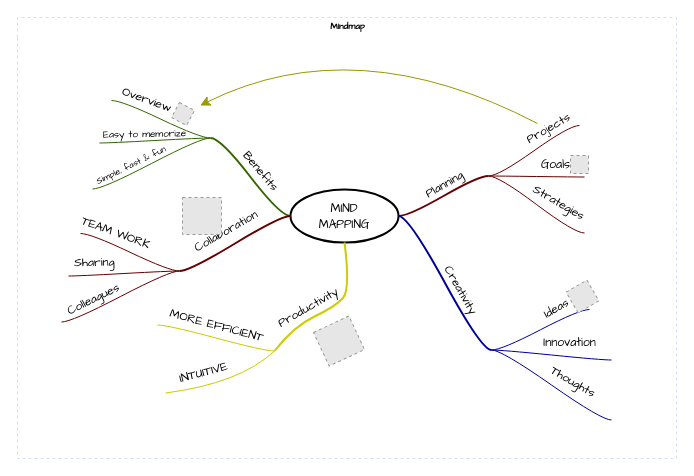
The draw.io diagram 产品模块版本功能.drawio in goylsf/image, before the edit. Source tidied: cells renumbered, new cells numbered last; positions are measured from the earlier drawing's top-left corner, leaving out a move shared by most shapes. Both pictures are drawn from the tidied source at 100%, with x=0, y=0 at pixel (17, 17). Pictures stored in the file or linked from it are replaced by grey dashed boxes.
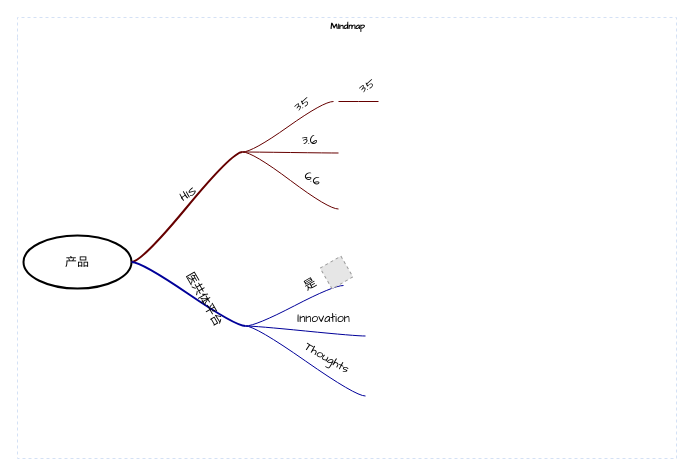
The same diagram, later.

Commit message:
更新产品模块版本功能.drawio

The change refers to these unchanged cells:
```xml
<mxCell id="2" value="Mindmap" style="swimlane;html=1;startSize=20;horizontal=1;containerType=tree;labelBackgroundColor=none;strokeColor=#D4E1F5;strokeWidth=1;fillColor=none;fontFamily=Comic Sans MS;fontSize=9;swimlaneLine=0;dashed=1;" parent="1" vertex="1">
  <mxGeometry width="659" height="441" as="geometry" />
</mxCell>
<mxCell id="5" style="edgeStyle=entityRelationEdgeStyle;startArrow=none;endArrow=none;segment=10;curved=1;strokeWidth=2;strokeColor=#660000;rounded=0;fontSize=12;startSize=8;endSize=8;" parent="2" edge="1" source="3" target="4">
  <mxGeometry relative="1" as="geometry" />
</mxCell>
<mxCell id="11" style="edgeStyle=entityRelationEdgeStyle;startArrow=none;endArrow=none;segment=10;curved=1;strokeColor=#660000;rounded=0;fontSize=12;startSize=8;endSize=8;" parent="2" edge="1" source="4" target="10">
  <mxGeometry relative="1" as="geometry" />
</mxCell>
<mxCell id="14" style="edgeStyle=entityRelationEdgeStyle;startArrow=none;endArrow=none;segment=10;curved=1;strokeColor=#660000;rounded=0;fontSize=12;startSize=8;endSize=8;" parent="2" edge="1" source="4" target="13">
  <mxGeometry relative="1" as="geometry" />
</mxCell>
<mxCell id="17" style="edgeStyle=entityRelationEdgeStyle;startArrow=none;endArrow=none;segment=10;curved=1;strokeWidth=2;strokeColor=#000099;rounded=0;fontSize=12;startSize=8;endSize=8;" parent="2" edge="1" source="3" target="16">
  <mxGeometry relative="1" as="geometry" />
</mxCell>
<mxCell id="20" style="edgeStyle=entityRelationEdgeStyle;startArrow=none;endArrow=none;segment=10;curved=1;strokeColor=#000099;rounded=0;fontSize=12;startSize=8;endSize=8;" parent="2" edge="1" source="16" target="19">
  <mxGeometry relative="1" as="geometry" />
</mxCell>
```

The edit, as a diff of the source:
```diff
@@
-    <mxCell id="3" value="&lt;font face=&quot;Comic Sans MS&quot;&gt;MIND&lt;br&gt;MAPPING&lt;/font&gt;" style="ellipse;whiteSpace=wrap;html=1;align=center;strokeWidth=2;" parent="2" vertex="1">
-      <mxGeometry x="273" y="172" width="108" height="53" as="geometry" />
+    <mxCell id="3" value="&lt;font face=&quot;Comic Sans MS&quot;&gt;产品&lt;/font&gt;" style="ellipse;whiteSpace=wrap;html=1;align=center;strokeWidth=2;" parent="2" vertex="1">
+      <mxGeometry x="6" y="218" width="108" height="53" as="geometry" />
     </mxCell>
     <mxCell id="4" style="whiteSpace=wrap;html=1;rounded=1;arcSize=50;align=center;verticalAlign=middle;strokeWidth=1;spacing=4;" parent="2" vertex="1">
-      <mxGeometry x="471" y="158" height="1" as="geometry" />
+      <mxGeometry x="225" y="134" height="1" as="geometry" />
     </mxCell>
@@
-    <mxCell id="6" value="Planning" style="text;html=1;align=center;verticalAlign=middle;labelBackgroundColor=none;rotation=-30;fontFamily=Comic Sans MS;" parent="5" vertex="1">
+    <mxCell id="6" value="HIS" style="text;html=1;align=center;verticalAlign=middle;labelBackgroundColor=none;rotation=-30;fontFamily=Comic Sans MS;" parent="5" vertex="1">
       <mxGeometry x="0.02" y="2" relative="1" as="geometry">
         <mxPoint x="1" y="-9" as="offset" />
       </mxGeometry>
     </mxCell>
-    <mxCell id="7" style="whiteSpace=wrap;html=1;rounded=1;arcSize=50;align=center;verticalAlign=middle;strokeWidth=1;spacing=4;" parent="2" vertex="1" collapsed="1">
-      <mxGeometry x="562" y="108" width="5" as="geometry" />
-    </mxCell>
-    <mxCell id="8" style="edgeStyle=entityRelationEdgeStyle;startArrow=none;endArrow=none;segment=10;curved=1;strokeColor=#660000;rounded=0;fontSize=12;startSize=8;endSize=8;" parent="2" edge="1" source="4" target="7">
+    <mxCell id="8" style="edgeStyle=entityRelationEdgeStyle;startArrow=none;endArrow=none;segment=10;curved=1;strokeColor=#660000;rounded=0;fontSize=12;startSize=8;endSize=8;" parent="2" edge="1" source="4" target="72">
       <mxGeometry relative="1" as="geometry" />
     </mxCell>
-    <mxCell id="9" value="Projects" style="text;html=1;points=[];align=center;verticalAlign=middle;labelBackgroundColor=none;fontFamily=Comic Sans MS;rotation=-30;" parent="8" vertex="1">
+    <mxCell id="9" value="3.5" style="text;html=1;points=[];align=center;verticalAlign=middle;labelBackgroundColor=none;fontFamily=Comic Sans MS;rotation=-30;" parent="8" vertex="1">
       <mxGeometry x="0.26" relative="1" as="geometry">
         <mxPoint x="3" y="-14" as="offset" />
       </mxGeometry>
     </mxCell>
     <mxCell id="10" style="whiteSpace=wrap;html=1;rounded=1;arcSize=50;align=center;verticalAlign=middle;strokeWidth=1;spacing=4;" parent="2" vertex="1">
-      <mxGeometry x="567" y="159" height="1" as="geometry" />
+      <mxGeometry x="321" y="135" height="1" as="geometry" />
     </mxCell>
@@
-    <mxCell id="12" value="Goals" style="text;html=1;align=center;verticalAlign=middle;labelBackgroundColor=none;fontFamily=Comic Sans MS;rotation=0;" parent="11" vertex="1">
+    <mxCell id="12" value="3.6" style="text;html=1;align=center;verticalAlign=middle;labelBackgroundColor=none;fontFamily=Comic Sans MS;rotation=0;" parent="11" vertex="1">
       <mxGeometry x="-0.11" y="-1" relative="1" as="geometry">
         <mxPoint x="24" y="-12" as="offset" />
       </mxGeometry>
     </mxCell>
     <mxCell id="13" style="whiteSpace=wrap;html=1;rounded=1;arcSize=50;align=center;verticalAlign=middle;strokeWidth=1;spacing=4;" parent="2" vertex="1">
-      <mxGeometry x="567" y="215" height="1" as="geometry" />
+      <mxGeometry x="321" y="191" height="1" as="geometry" />
     </mxCell>
@@
-    <mxCell id="15" value="Strategies" style="text;html=1;align=center;verticalAlign=middle;labelBackgroundColor=none;fontFamily=Comic Sans MS;rotation=30;" parent="14" vertex="1">
+    <mxCell id="15" value="6.6" style="text;html=1;align=center;verticalAlign=middle;labelBackgroundColor=none;fontFamily=Comic Sans MS;rotation=30;" parent="14" vertex="1">
       <mxGeometry x="-0.11" y="-1" relative="1" as="geometry">
         <mxPoint x="28" y="1" as="offset" />
       </mxGeometry>
     </mxCell>
     <mxCell id="16" style="whiteSpace=wrap;html=1;rounded=1;arcSize=50;align=center;verticalAlign=middle;strokeWidth=1;spacing=4;" parent="2" vertex="1">
-      <mxGeometry x="474" y="332" height="1" as="geometry" />
+      <mxGeometry x="228" y="308" height="1" as="geometry" />
     </mxCell>
@@
-    <mxCell id="18" value="Creativity" style="text;html=1;align=center;verticalAlign=middle;labelBackgroundColor=none;rotation=60;fontFamily=Comic Sans MS;" parent="17" vertex="1">
+    <mxCell id="18" value="医共体平台" style="text;html=1;align=center;verticalAlign=middle;labelBackgroundColor=none;rotation=60;fontFamily=Comic Sans MS;" parent="17" vertex="1">
       <mxGeometry x="0.02" y="2" relative="1" as="geometry">
         <mxPoint x="13" y="6" as="offset" />
       </mxGeometry>
     </mxCell>
     <mxCell id="19" style="whiteSpace=wrap;html=1;rounded=1;arcSize=50;align=center;verticalAlign=middle;strokeWidth=1;spacing=4;" parent="2" vertex="1">
-      <mxGeometry x="572" y="292" width="5" as="geometry" />
+      <mxGeometry x="326" y="268" width="5" as="geometry" />
     </mxCell>
@@
-    <mxCell id="21" value="Ideas" style="text;html=1;align=center;verticalAlign=middle;labelBackgroundColor=none;fontFamily=Comic Sans MS;rotation=-30;" parent="20" vertex="1">
+    <mxCell id="21" value="是" style="text;html=1;align=center;verticalAlign=middle;labelBackgroundColor=none;fontFamily=Comic Sans MS;rotation=-30;" parent="20" vertex="1">
       <mxGeometry x="0.26" relative="1" as="geometry">
         <mxPoint x="3" y="-14" as="offset" />
       </mxGeometry>
     </mxCell>
     <mxCell id="22" style="whiteSpace=wrap;html=1;rounded=1;arcSize=50;align=center;verticalAlign=middle;strokeWidth=1;spacing=4;" parent="2" vertex="1">
-      <mxGeometry x="594" y="342" height="1" as="geometry" />
+      <mxGeometry x="348" y="318" height="1" as="geometry" />
     </mxCell>
@@
     <mxCell id="25" style="whiteSpace=wrap;html=1;rounded=1;arcSize=50;align=center;verticalAlign=middle;strokeWidth=1;spacing=4;" parent="2" vertex="1">
-      <mxGeometry x="594" y="402" height="1" as="geometry" />
+      <mxGeometry x="348" y="378" height="1" as="geometry" />
     </mxCell>
@@
     <mxCell id="28" style="fillColor=#E6E6E6;strokeColor=#999999;dashed=1;html=1;verticalAlign=top;verticalLabelPosition=bottom;labelBackgroundColor=#ffffff;fontFamily=Comic Sans MS;rotation=-30;" parent="2" vertex="1">
-      <mxGeometry x="553" y="267" width="24" height="24" as="geometry" />
+      <mxGeometry x="307" y="243" width="24" height="24" as="geometry" />
     </mxCell>
@@
-    <mxCell id="30" style="fillColor=#E6E6E6;strokeColor=#999999;dashed=1;html=1;verticalAlign=top;verticalLabelPosition=bottom;labelBackgroundColor=#ffffff;fontFamily=Comic Sans MS;" parent="2" vertex="1">
-      <mxGeometry x="553" y="138" width="18" height="18" as="geometry" />
-    </mxCell>
-    <mxCell id="31" style="edgeStyle=entityRelationEdgeStyle;jumpStyle=arc;html=1;endArrow=classicThin;endFill=1;jettySize=auto;strokeColor=none;strokeWidth=2;fontFamily=Comic Sans MS;rounded=0;fontSize=12;startSize=8;endSize=8;curved=1;" parent="2" edge="1" source="10" target="30">
-      <mxGeometry relative="1" as="geometry" />
-    </mxCell>
-    <mxCell id="32" style="whiteSpace=wrap;html=1;rounded=1;arcSize=50;align=center;verticalAlign=middle;strokeWidth=1;spacing=4;" parent="2" vertex="1">
-      <mxGeometry x="193" y="120" height="1" as="geometry" />
-    </mxCell>
-    <mxCell id="33" style="edgeStyle=entityRelationEdgeStyle;startArrow=none;endArrow=none;segment=10;curved=1;strokeWidth=2;strokeColor=#336600;rounded=0;fontSize=12;startSize=8;endSize=8;" parent="2" edge="1" source="3" target="32">
-      <mxGeometry relative="1" as="geometry" />
-    </mxCell>
-    <mxCell id="34" value="Benefits" style="text;html=1;align=center;verticalAlign=middle;labelBackgroundColor=none;rotation=50;fontFamily=Comic Sans MS;" parent="33" vertex="1">
-      <mxGeometry x="0.02" y="2" relative="1" as="geometry">
-        <mxPoint x="12" y="-7" as="offset" />
-      </mxGeometry>
-    </mxCell>
-    <mxCell id="35" style="whiteSpace=wrap;html=1;rounded=1;arcSize=50;align=center;verticalAlign=middle;strokeWidth=1;spacing=4;" parent="2" vertex="1">
-      <mxGeometry x="75" y="171" height="1" as="geometry" />
-    </mxCell>
-    <mxCell id="36" style="edgeStyle=entityRelationEdgeStyle;startArrow=none;endArrow=none;segment=10;curved=1;strokeColor=#336600;rounded=0;fontSize=12;startSize=8;endSize=8;" parent="2" edge="1" source="32" target="35">
-      <mxGeometry relative="1" as="geometry" />
-    </mxCell>
-    <mxCell id="37" value="Simple, fast &amp;amp; fun" style="text;html=1;align=center;verticalAlign=middle;labelBackgroundColor=none;fontFamily=Comic Sans MS;rotation=-26;fontSize=9;" parent="36" vertex="1">
-      <mxGeometry x="-0.11" y="-1" relative="1" as="geometry">
-        <mxPoint x="-27" y="7" as="offset" />
-      </mxGeometry>
-    </mxCell>
-    <mxCell id="38" style="whiteSpace=wrap;html=1;rounded=1;arcSize=50;align=center;verticalAlign=middle;strokeWidth=1;spacing=4;" parent="2" vertex="1">
-      <mxGeometry x="82" y="125" height="1" as="geometry" />
-    </mxCell>
-    <mxCell id="39" style="edgeStyle=entityRelationEdgeStyle;startArrow=none;endArrow=none;segment=10;curved=1;strokeColor=#336600;rounded=0;fontSize=12;startSize=8;endSize=8;" parent="2" edge="1" source="32" target="38">
-      <mxGeometry relative="1" as="geometry" />
-    </mxCell>
-    <mxCell id="40" value="Easy to memorize" style="text;html=1;align=center;verticalAlign=middle;labelBackgroundColor=none;fontFamily=Comic Sans MS;rotation=-1;fontSize=10;" parent="39" vertex="1">
-      <mxGeometry x="-0.11" y="-1" relative="1" as="geometry">
-        <mxPoint x="-18" y="-6" as="offset" />
-      </mxGeometry>
-    </mxCell>
-    <mxCell id="41" style="whiteSpace=wrap;html=1;rounded=1;arcSize=50;align=center;verticalAlign=middle;strokeWidth=1;spacing=4;" parent="2" vertex="1" collapsed="1">
-      <mxGeometry x="89" y="83" width="5" as="geometry" />
-    </mxCell>
-    <mxCell id="42" style="edgeStyle=entityRelationEdgeStyle;startArrow=none;endArrow=none;segment=10;curved=1;strokeColor=#336600;rounded=0;fontSize=12;startSize=8;endSize=8;" parent="2" edge="1" source="32" target="41">
-      <mxGeometry relative="1" as="geometry" />
-    </mxCell>
-    <mxCell id="43" value="Overview" style="text;html=1;align=center;verticalAlign=middle;labelBackgroundColor=none;fontFamily=Comic Sans MS;rotation=20;" parent="42" vertex="1">
-      <mxGeometry x="0.26" relative="1" as="geometry">
-        <mxPoint x="-2" y="-13" as="offset" />
-      </mxGeometry>
-    </mxCell>
-    <mxCell id="44" style="fillColor=#E6E6E6;strokeColor=#999999;dashed=1;html=1;verticalAlign=top;verticalLabelPosition=bottom;labelBackgroundColor=#ffffff;fontFamily=Comic Sans MS;fontSize=10;rotation=28;" parent="2" vertex="1">
-      <mxGeometry x="157" y="88" width="17" height="17" as="geometry" />
-    </mxCell>
-    <mxCell id="45" style="endArrow=classic;html=1;curved=1;sourcePerimeterSpacing=10;strokeColor=#999900;targetPerimeterSpacing=7;rounded=0;fontSize=12;startSize=8;endSize=8;" parent="2" edge="1" source="9" target="44">
-      <mxGeometry relative="1" as="geometry">
-        <Array as="points">
-          <mxPoint x="338" y="11" />
-        </Array>
-      </mxGeometry>
-    </mxCell>
-    <mxCell id="46" style="jumpStyle=arc;html=1;endArrow=classicThin;endFill=1;jettySize=auto;strokeColor=none;strokeWidth=2;fontFamily=Comic Sans MS;fontSize=10;rounded=0;startSize=8;endSize=8;curved=1;" parent="2" edge="1" source="32" target="44">
-      <mxGeometry relative="1" as="geometry" />
-    </mxCell>
-    <mxCell id="47" style="whiteSpace=wrap;html=1;rounded=1;arcSize=50;align=center;verticalAlign=middle;strokeWidth=1;spacing=4;" parent="2" vertex="1">
-      <mxGeometry x="162" y="253" height="1" as="geometry" />
-    </mxCell>
-    <mxCell id="48" style="edgeStyle=entityRelationEdgeStyle;startArrow=none;endArrow=none;segment=10;curved=1;strokeWidth=2;strokeColor=#660000;rounded=0;fontSize=12;startSize=8;endSize=8;" parent="2" edge="1" source="3" target="47">
-      <mxGeometry relative="1" as="geometry" />
-    </mxCell>
-    <mxCell id="49" value="Collaboration" style="text;html=1;align=center;verticalAlign=middle;labelBackgroundColor=none;rotation=-30;fontFamily=Comic Sans MS;" parent="48" vertex="1">
-      <mxGeometry x="0.02" y="2" relative="1" as="geometry">
-        <mxPoint x="-10" y="-13" as="offset" />
-      </mxGeometry>
-    </mxCell>
-    <mxCell id="50" style="whiteSpace=wrap;html=1;rounded=1;arcSize=50;align=center;verticalAlign=middle;strokeWidth=1;spacing=4;" parent="2" vertex="1">
-      <mxGeometry x="44" y="304" height="1" as="geometry" />
-    </mxCell>
-    <mxCell id="51" style="edgeStyle=entityRelationEdgeStyle;startArrow=none;endArrow=none;segment=10;curved=1;strokeColor=#660000;rounded=0;fontSize=12;startSize=8;endSize=8;" parent="2" edge="1" source="47" target="50">
-      <mxGeometry relative="1" as="geometry" />
-    </mxCell>
-    <mxCell id="52" value="Colleagues" style="text;html=1;align=center;verticalAlign=middle;labelBackgroundColor=none;fontFamily=Comic Sans MS;rotation=-26;fontSize=12;" parent="51" vertex="1">
-      <mxGeometry x="-0.11" y="-1" relative="1" as="geometry">
-        <mxPoint x="-34" y="8" as="offset" />
-      </mxGeometry>
-    </mxCell>
-    <mxCell id="53" style="whiteSpace=wrap;html=1;rounded=1;arcSize=50;align=center;verticalAlign=middle;strokeWidth=1;spacing=4;" parent="2" vertex="1">
-      <mxGeometry x="51" y="258" height="1" as="geometry" />
-    </mxCell>
-    <mxCell id="54" style="edgeStyle=entityRelationEdgeStyle;startArrow=none;endArrow=none;segment=10;curved=1;strokeColor=#660000;rounded=0;fontSize=12;startSize=8;endSize=8;" parent="2" edge="1" source="47" target="53">
-      <mxGeometry relative="1" as="geometry" />
-    </mxCell>
-    <mxCell id="55" value="Sharing" style="text;html=1;align=center;verticalAlign=middle;labelBackgroundColor=none;fontFamily=Comic Sans MS;rotation=-1;fontSize=12;" parent="54" vertex="1">
-      <mxGeometry x="-0.11" y="-1" relative="1" as="geometry">
-        <mxPoint x="-37" y="-9" as="offset" />
-      </mxGeometry>
-    </mxCell>
-    <mxCell id="56" style="whiteSpace=wrap;html=1;rounded=1;arcSize=50;align=center;verticalAlign=middle;strokeWidth=1;spacing=4;" parent="2" vertex="1" collapsed="1">
-      <mxGeometry x="58" y="216" width="5" as="geometry" />
-    </mxCell>
-    <mxCell id="57" style="edgeStyle=entityRelationEdgeStyle;startArrow=none;endArrow=none;segment=10;curved=1;strokeColor=#660000;rounded=0;fontSize=12;startSize=8;endSize=8;" parent="2" edge="1" source="47" target="56">
-      <mxGeometry relative="1" as="geometry" />
-    </mxCell>
-    <mxCell id="58" value="TEAM WORK" style="text;html=1;align=center;verticalAlign=middle;labelBackgroundColor=none;fontFamily=Comic Sans MS;rotation=20;" parent="57" vertex="1">
-      <mxGeometry x="0.26" relative="1" as="geometry">
-        <mxPoint x="-2" y="-13" as="offset" />
-      </mxGeometry>
-    </mxCell>
-    <mxCell id="59" style="fillColor=#E6E6E6;strokeColor=#999999;dashed=1;html=1;verticalAlign=top;verticalLabelPosition=bottom;labelBackgroundColor=#ffffff;fontFamily=Comic Sans MS;fontSize=12;fontColor=#000000;align=center;" parent="2" vertex="1">
-      <mxGeometry x="165" y="180" width="39" height="37" as="geometry" />
-    </mxCell>
-    <mxCell id="60" style="edgeStyle=none;jumpStyle=arc;html=1;entryX=0.5;entryY=1;entryPerimeter=0;endArrow=classicThin;endFill=1;jettySize=auto;strokeColor=none;strokeWidth=2;fontFamily=Comic Sans MS;fontSize=12;rounded=0;startSize=8;endSize=8;curved=1;" parent="2" edge="1" source="47" target="59">
-      <mxGeometry relative="1" as="geometry" />
-    </mxCell>
-    <mxCell id="61" style="whiteSpace=wrap;html=1;rounded=1;arcSize=50;align=center;verticalAlign=middle;strokeWidth=1;spacing=4;" parent="2" vertex="1">
-      <mxGeometry x="257" y="333" height="1" as="geometry" />
-    </mxCell>
-    <mxCell id="62" style="startArrow=none;endArrow=none;segment=10;strokeWidth=2;strokeColor=#CCCC00;exitX=0.5;exitY=1;curved=1;rounded=0;fontSize=12;startSize=8;endSize=8;" parent="2" edge="1" source="3" target="61">
-      <mxGeometry relative="1" as="geometry">
-        <Array as="points">
-          <mxPoint x="333" y="272" />
-          <mxPoint x="318" y="289" />
-          <mxPoint x="276" y="309" />
-        </Array>
-      </mxGeometry>
-    </mxCell>
-    <mxCell id="63" value="Productivity" style="text;html=1;align=center;verticalAlign=middle;labelBackgroundColor=none;rotation=-30;fontFamily=Comic Sans MS;" parent="62" vertex="1">
-      <mxGeometry x="0.02" y="2" relative="1" as="geometry">
-        <mxPoint x="-24" y="-2" as="offset" />
-      </mxGeometry>
-    </mxCell>
-    <mxCell id="64" style="whiteSpace=wrap;html=1;rounded=1;arcSize=50;align=center;verticalAlign=middle;strokeWidth=1;spacing=4;" parent="2" vertex="1">
-      <mxGeometry x="148" y="375" height="1" as="geometry" />
-    </mxCell>
-    <mxCell id="65" style="startArrow=none;endArrow=none;segment=10;strokeColor=#CCCC00;curved=1;rounded=0;fontSize=12;startSize=8;endSize=8;" parent="2" edge="1" source="61" target="64">
-      <mxGeometry relative="1" as="geometry">
-        <Array as="points">
-          <mxPoint x="222" y="366" />
-        </Array>
-      </mxGeometry>
-    </mxCell>
-    <mxCell id="66" value="INTUITIVE" style="text;html=1;align=center;verticalAlign=middle;labelBackgroundColor=none;fontFamily=Comic Sans MS;rotation=-15;fontSize=12;" parent="65" vertex="1">
-      <mxGeometry x="-0.11" y="-1" relative="1" as="geometry">
-        <mxPoint x="-30" y="-10" as="offset" />
-      </mxGeometry>
-    </mxCell>
-    <mxCell id="67" style="whiteSpace=wrap;html=1;rounded=1;arcSize=50;align=center;verticalAlign=middle;strokeWidth=1;spacing=4;" parent="2" vertex="1">
-      <mxGeometry x="140" y="307" height="1" as="geometry" />
-    </mxCell>
-    <mxCell id="68" style="edgeStyle=entityRelationEdgeStyle;startArrow=none;endArrow=none;segment=10;curved=1;strokeColor=#CCCC00;rounded=0;fontSize=12;startSize=8;endSize=8;" parent="2" edge="1" source="61" target="67">
-      <mxGeometry relative="1" as="geometry" />
-    </mxCell>
-    <mxCell id="69" value="MORE EFFICIENT" style="text;html=1;align=center;verticalAlign=middle;labelBackgroundColor=none;fontFamily=Comic Sans MS;rotation=15;fontSize=12;" parent="68" vertex="1">
-      <mxGeometry x="-0.11" y="-1" relative="1" as="geometry">
-        <mxPoint x="-6" y="-13" as="offset" />
-      </mxGeometry>
-    </mxCell>
-    <mxCell id="70" style="fillColor=#E6E6E6;strokeColor=#999999;dashed=1;html=1;verticalAlign=top;verticalLabelPosition=bottom;labelBackgroundColor=#ffffff;fontFamily=Comic Sans MS;fontSize=12;fontColor=#000000;align=center;rotation=-25;" parent="2" vertex="1">
-      <mxGeometry x="302" y="305" width="39" height="37" as="geometry" />
-    </mxCell>
-    <mxCell id="71" style="edgeStyle=none;jumpStyle=arc;html=1;entryX=0.5;entryY=1;entryPerimeter=0;endArrow=classicThin;endFill=1;jettySize=auto;strokeColor=none;strokeWidth=2;fontFamily=Comic Sans MS;fontSize=12;rounded=0;startSize=8;endSize=8;curved=1;" parent="2" edge="1" source="61" target="70">
-      <mxGeometry relative="1" as="geometry" />
-    </mxCell>
+    <mxCell id="72" style="whiteSpace=wrap;html=1;rounded=1;arcSize=50;align=center;verticalAlign=middle;strokeWidth=1;spacing=4;" parent="2" vertex="1">
+      <mxGeometry x="316" y="84" width="5" as="geometry" />
+    </mxCell>
+    <mxCell id="73" style="edgeStyle=entityRelationEdgeStyle;startArrow=none;endArrow=none;segment=10;curved=1;strokeColor=#660000;rounded=0;fontSize=12;startSize=8;endSize=8;" parent="2" edge="1" source="72" target="75">
+      <mxGeometry relative="1" as="geometry" />
+    </mxCell>
+    <mxCell id="74" value="3.5" style="text;html=1;align=center;verticalAlign=middle;labelBackgroundColor=none;fontFamily=Comic Sans MS;rotation=-30;" parent="73" vertex="1">
+      <mxGeometry x="0.26" relative="1" as="geometry">
+        <mxPoint x="3" y="-14" as="offset" />
+      </mxGeometry>
+    </mxCell>
+    <mxCell id="75" style="whiteSpace=wrap;html=1;rounded=1;arcSize=50;align=center;verticalAlign=middle;strokeWidth=1;spacing=4;" parent="2" vertex="1">
+      <mxGeometry x="361" y="84" width="5" as="geometry" />
+    </mxCell>
```
